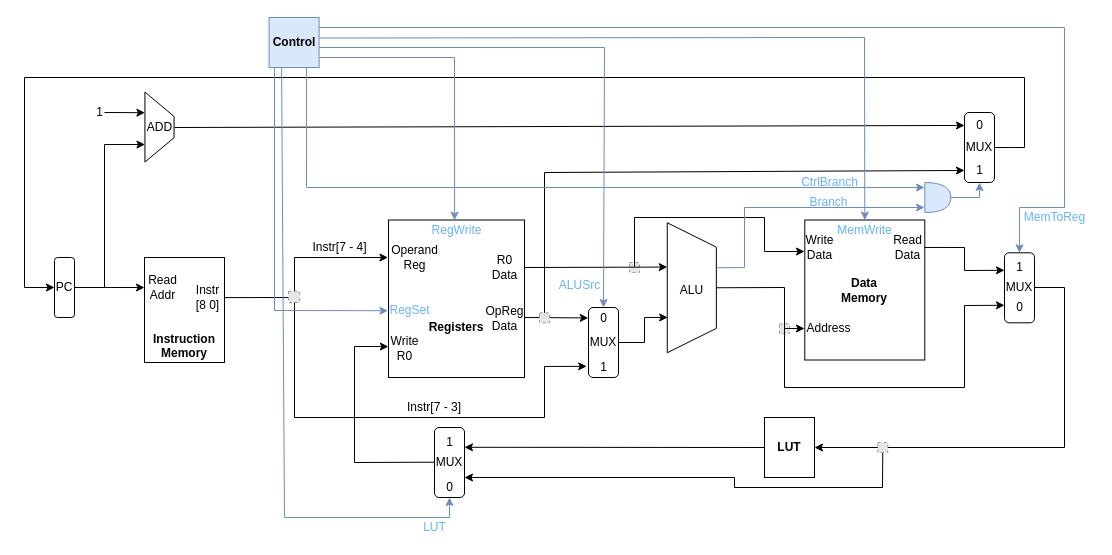
Above: Architecture.drawio in HHT1228/SIAA_processor (draw.io), before the change. Source tidied: cells renumbered, new cells numbered last; positions are measured from the earlier drawing's top-left corner, leaving out a move shared by most shapes. Both pictures are drawn from the tidied source at 100%, with x=0, y=0 at pixel (24, 17). Pictures stored in the file or linked from it are replaced by grey dashed boxes.
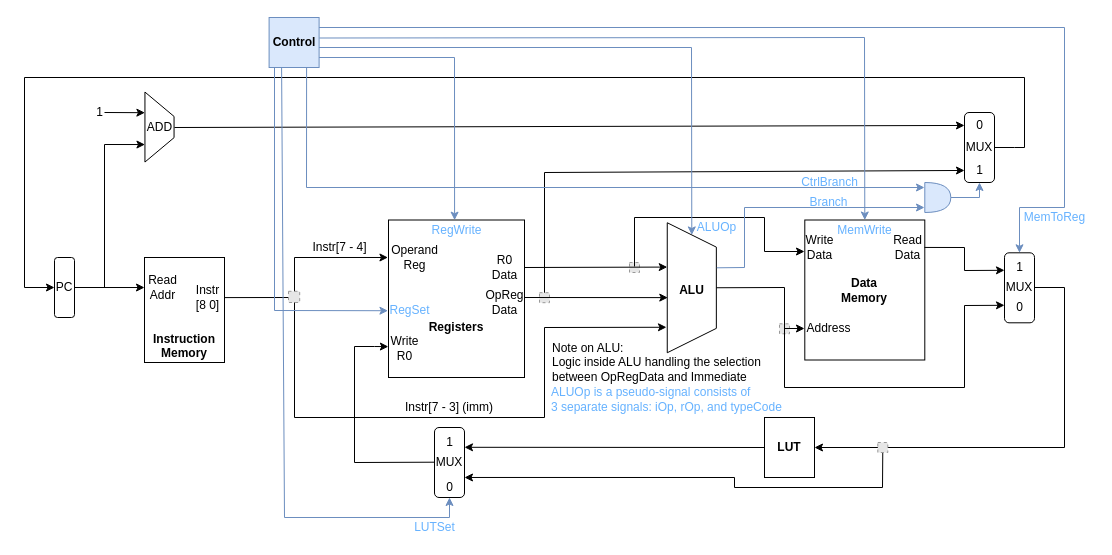
After the change.

The change refers to these unchanged cells:
```xml
<mxCell id="11" style="shape=trapezoid;perimeter=trapezoidPerimeter;whiteSpace=wrap;html=1;fixedSize=1;labelBorderColor=none;rotation=90;direction=east;size=24.38000000000011;" parent="1" vertex="1">
  <mxGeometry x="602.3" y="245.7" width="130" height="49.1" as="geometry" />
</mxCell>
<mxCell id="42" value="MUX" style="rounded=1;whiteSpace=wrap;html=1;labelBorderColor=none;" parent="1" vertex="1">
  <mxGeometry x="940" y="95" width="30" height="70" as="geometry" />
</mxCell>
```

Change to the diagram source:
```diff
@@
     <mxCell id="10" value="OpReg&lt;br&gt;Data" style="text;html=1;align=center;verticalAlign=middle;strokeColor=none;fillColor=none;spacing=0;" parent="1" vertex="1">
-      <mxGeometry x="450" y="281" width="60" height="40" as="geometry" />
+      <mxGeometry x="450" y="265.3" width="60" height="40" as="geometry" />
     </mxCell>
@@
-    <mxCell id="12" value="ALU" style="text;html=1;align=center;verticalAlign=middle;strokeColor=none;fillColor=none;" parent="1" vertex="1">
+    <mxCell id="12" value="&lt;b&gt;ALU&lt;/b&gt;" style="text;html=1;align=center;verticalAlign=middle;strokeColor=none;fillColor=none;" parent="1" vertex="1">
       <mxGeometry x="642.3" y="257.5" width="50" height="30" as="geometry" />
     </mxCell>
-    <mxCell id="13" value="MUX" style="rounded=1;whiteSpace=wrap;html=1;labelBorderColor=none;" parent="1" vertex="1">
-      <mxGeometry x="564" y="290" width="30" height="70" as="geometry" />
-    </mxCell>
-    <mxCell id="14" value="0" style="text;html=1;align=center;verticalAlign=middle;strokeColor=none;fillColor=none;spacing=0;" parent="1" vertex="1">
-      <mxGeometry x="564" y="291" width="30" height="20" as="geometry" />
-    </mxCell>
-    <mxCell id="15" value="1" style="text;html=1;align=center;verticalAlign=middle;points=[];strokeColor=none;fillColor=none;spacing=0;" parent="1" vertex="1">
-      <mxGeometry x="564" y="340" width="30" height="20" as="geometry" />
-    </mxCell>
-    <mxCell id="16" value="Instr[7 - 3]" style="text;html=1;strokeColor=none;fillColor=none;align=center;verticalAlign=middle;whiteSpace=wrap;rounded=0;spacing=0;" parent="1" vertex="1">
-      <mxGeometry x="380" y="380" width="60" height="20" as="geometry" />
+    <mxCell id="16" value="Instr[7 - 3] (imm)" style="text;html=1;strokeColor=none;fillColor=none;align=center;verticalAlign=middle;whiteSpace=wrap;rounded=0;spacing=0;" parent="1" vertex="1">
+      <mxGeometry x="375" y="380" width="100" height="20" as="geometry" />
     </mxCell>
-    <mxCell id="17" style="endArrow=classic;html=1;rounded=0;entryX=-0.06;entryY=0.442;entryDx=0;entryDy=0;entryPerimeter=0;" parent="1" edge="1" target="15">
+    <mxCell id="17" style="endArrow=classic;html=1;rounded=0;entryX=0.804;entryY=1.016;entryDx=0;entryDy=0;entryPerimeter=0;" parent="1" edge="1" target="11">
       <mxGeometry relative="1" as="geometry">
         <mxPoint x="270" y="270" as="sourcePoint" />
         <Array as="points">
           <mxPoint x="270" y="400" />
           <mxPoint x="520" y="400" />
-          <mxPoint x="520" y="349" />
+          <mxPoint x="520" y="310" />
         </Array>
       </mxGeometry>
     </mxCell>
@@
-    <mxCell id="24" style="endArrow=classic;html=1;rounded=0;entryX=-0.008;entryY=0.149;entryDx=0;entryDy=0;entryPerimeter=0;" parent="1" edge="1" target="13">
-      <mxGeometry relative="1" as="geometry">
-        <mxPoint x="500" y="300" as="sourcePoint" />
-      </mxGeometry>
-    </mxCell>
@@
-    <mxCell id="34" style="endArrow=classic;html=1;rounded=0;exitX=1;exitY=0.5;exitDx=0;exitDy=0;entryX=0.728;entryY=0.991;entryDx=0;entryDy=0;entryPerimeter=0;" parent="1" edge="1" source="13" target="11">
-      <mxGeometry relative="1" as="geometry">
-        <Array as="points">
-          <mxPoint x="620" y="325" />
-          <mxPoint x="620" y="300" />
-        </Array>
-      </mxGeometry>
-    </mxCell>
@@
     <mxCell id="46" style="endArrow=classic;html=1;rounded=0;entryX=0;entryY=0.828;entryDx=0;entryDy=0;entryPerimeter=0;" parent="1" edge="1" target="42">
       <mxGeometry relative="1" as="geometry">
-        <mxPoint x="520" y="300" as="sourcePoint" />
+        <mxPoint x="520" y="280" as="sourcePoint" />
         <Array as="points">
           <mxPoint x="520" y="155" />
         </Array>
       </mxGeometry>
     </mxCell>
     <mxCell id="47" style="fillColor=#E6E6E6;strokeColor=#999999;dashed=1;html=1;verticalAlign=top;verticalLabelPosition=bottom;labelBackgroundColor=#ffffff;" parent="1" vertex="1">
-      <mxGeometry x="515" y="295.3" width="10" height="10" as="geometry" />
+      <mxGeometry x="515" y="275.2" width="10" height="10" as="geometry" />
     </mxCell>
@@
-    <mxCell id="67" value="LUT" style="text;html=1;align=center;verticalAlign=middle;strokeColor=none;fillColor=none;spacing=0;fontColor=#66B2FF;" parent="1" vertex="1">
-      <mxGeometry x="390" y="500" width="40" height="20" as="geometry" />
+    <mxCell id="67" value="LUTSet" style="text;html=1;align=center;verticalAlign=middle;strokeColor=none;fillColor=none;spacing=0;fontColor=#66B2FF;" parent="1" vertex="1">
+      <mxGeometry x="380" y="500" width="60" height="20" as="geometry" />
     </mxCell>
-    <mxCell id="68" style="endArrow=classic;html=1;rounded=0;fontColor=#66B2FF;fillColor=#dae8fc;strokeColor=#6c8ebf;entryX=0.5;entryY=0;entryDx=0;entryDy=0;" parent="1" edge="1" target="13">
+    <mxCell id="68" style="endArrow=classic;html=1;rounded=0;fontColor=#66B2FF;fillColor=#dae8fc;strokeColor=#6c8ebf;entryX=0;entryY=0.5;entryDx=0;entryDy=0;" parent="1" edge="1" target="11">
       <mxGeometry relative="1" as="geometry">
         <mxPoint x="294.6" y="30" as="sourcePoint" />
         <Array as="points">
-          <mxPoint x="580" y="30" />
+          <mxPoint x="667" y="30" />
         </Array>
       </mxGeometry>
     </mxCell>
-    <mxCell id="69" value="ALUSrc" style="text;html=1;align=center;verticalAlign=middle;strokeColor=none;fillColor=none;spacing=0;fontColor=#66B2FF;" parent="1" vertex="1">
-      <mxGeometry x="525" y="257.5" width="60" height="20" as="geometry" />
+    <mxCell id="69" value="ALUOp" style="text;html=1;align=center;verticalAlign=middle;strokeColor=none;fillColor=none;spacing=0;fontColor=#66B2FF;" parent="1" vertex="1">
+      <mxGeometry x="662" y="200" width="60" height="20" as="geometry" />
     </mxCell>
@@
+    <mxCell id="78" style="endArrow=classic;html=1;rounded=0;entryX=0.576;entryY=0.989;entryDx=0;entryDy=0;entryPerimeter=0;" parent="1" edge="1" target="11">
+      <mxGeometry relative="1" as="geometry">
+        <mxPoint x="500" y="280" as="sourcePoint" />
+      </mxGeometry>
+    </mxCell>
+    <mxCell id="79" value="&lt;div style=&quot;text-align: left;&quot;&gt;&lt;span style=&quot;background-color: initial;&quot;&gt;Note on ALU:&lt;/span&gt;&lt;/div&gt;&lt;div style=&quot;text-align: left;&quot;&gt;&lt;span style=&quot;background-color: initial;&quot;&gt;Logic inside ALU handling the selection between OpRegData and Immediate&lt;/span&gt;&lt;/div&gt;" style="text;html=1;strokeColor=none;fillColor=none;align=center;verticalAlign=middle;whiteSpace=wrap;rounded=0;" parent="1" vertex="1">
+      <mxGeometry x="527.2" y="330" width="217.7" height="30" as="geometry" />
+    </mxCell>
+    <mxCell id="80" value="ALUOp is a pseudo-signal consists of&lt;br&gt;3 separate signals: iOp, rOp, and typeCode" style="text;html=1;align=left;verticalAlign=middle;strokeColor=none;fillColor=none;spacing=0;fontColor=#66B2FF;" parent="1" vertex="1">
+      <mxGeometry x="527.2" y="362" width="250" height="40" as="geometry" />
+    </mxCell>
```
